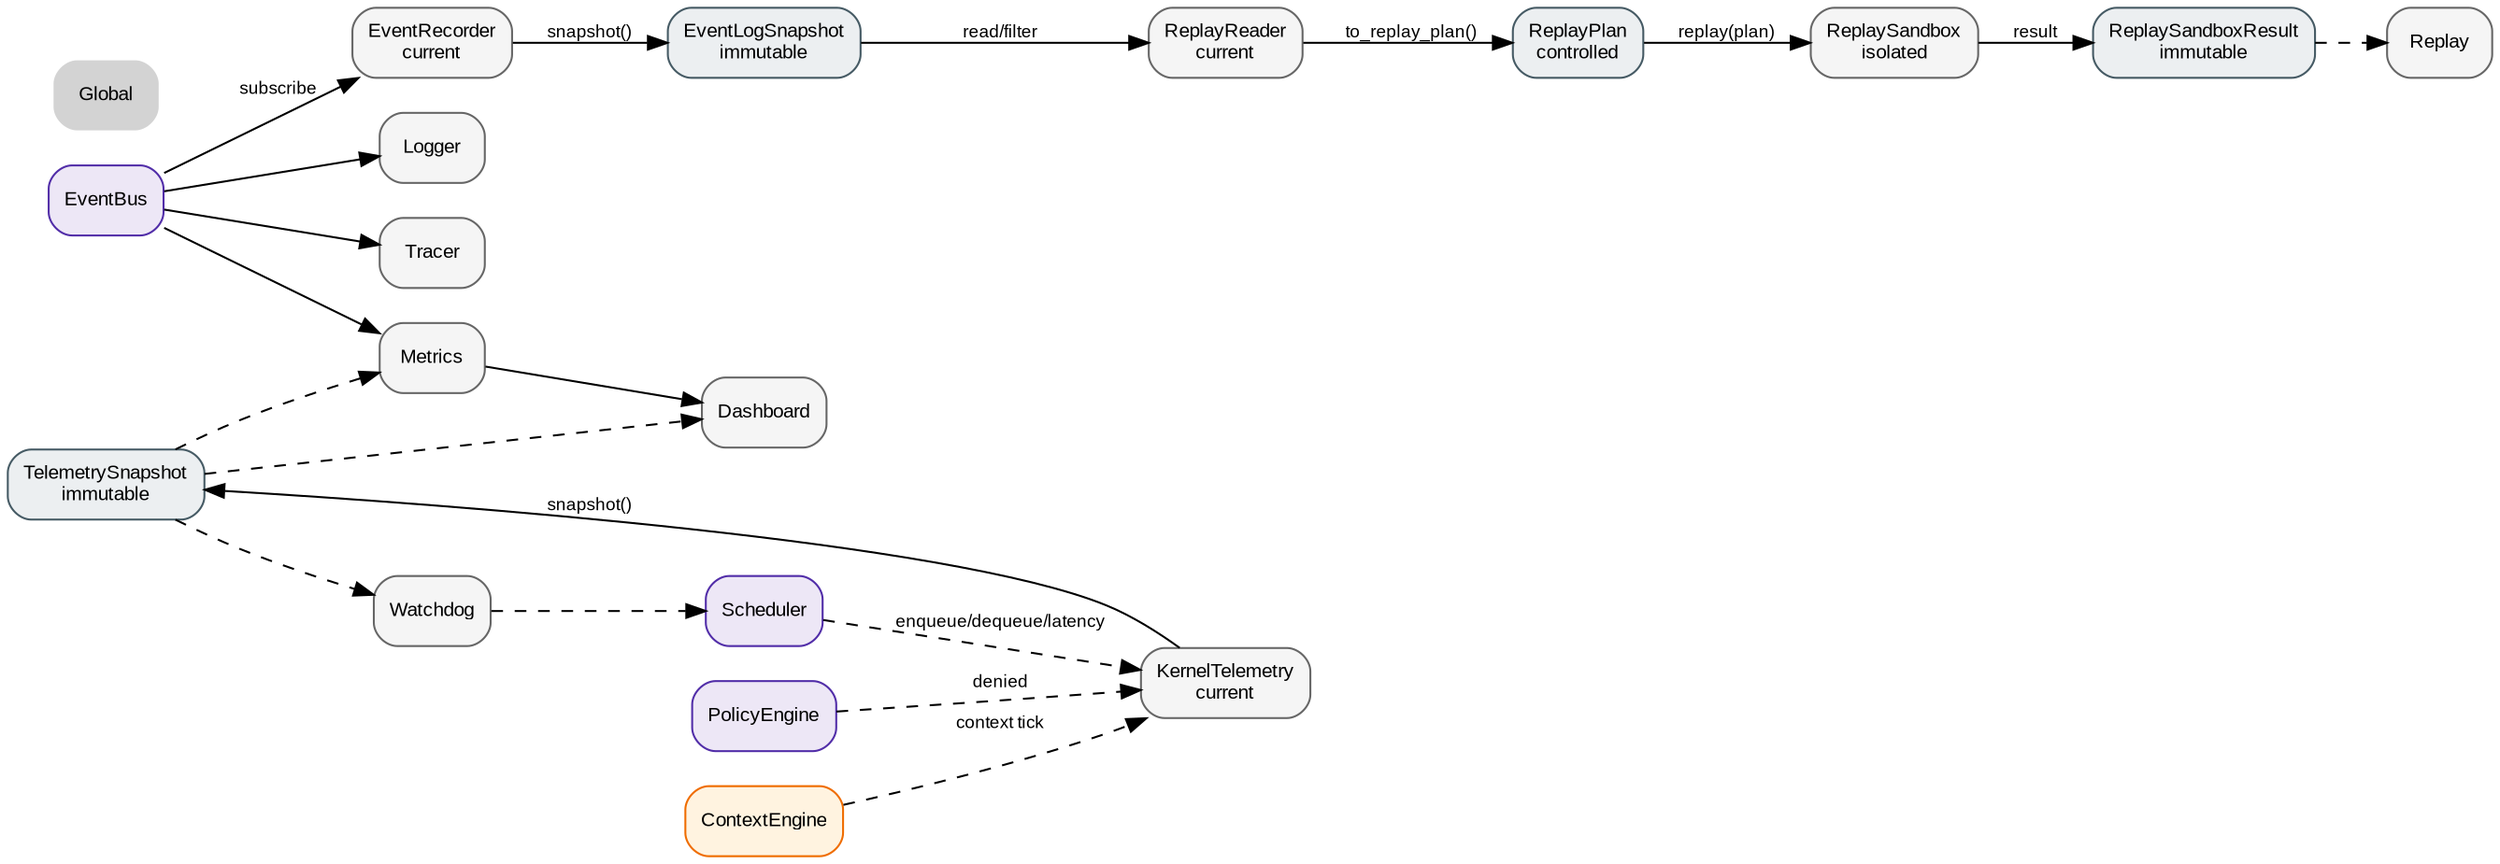
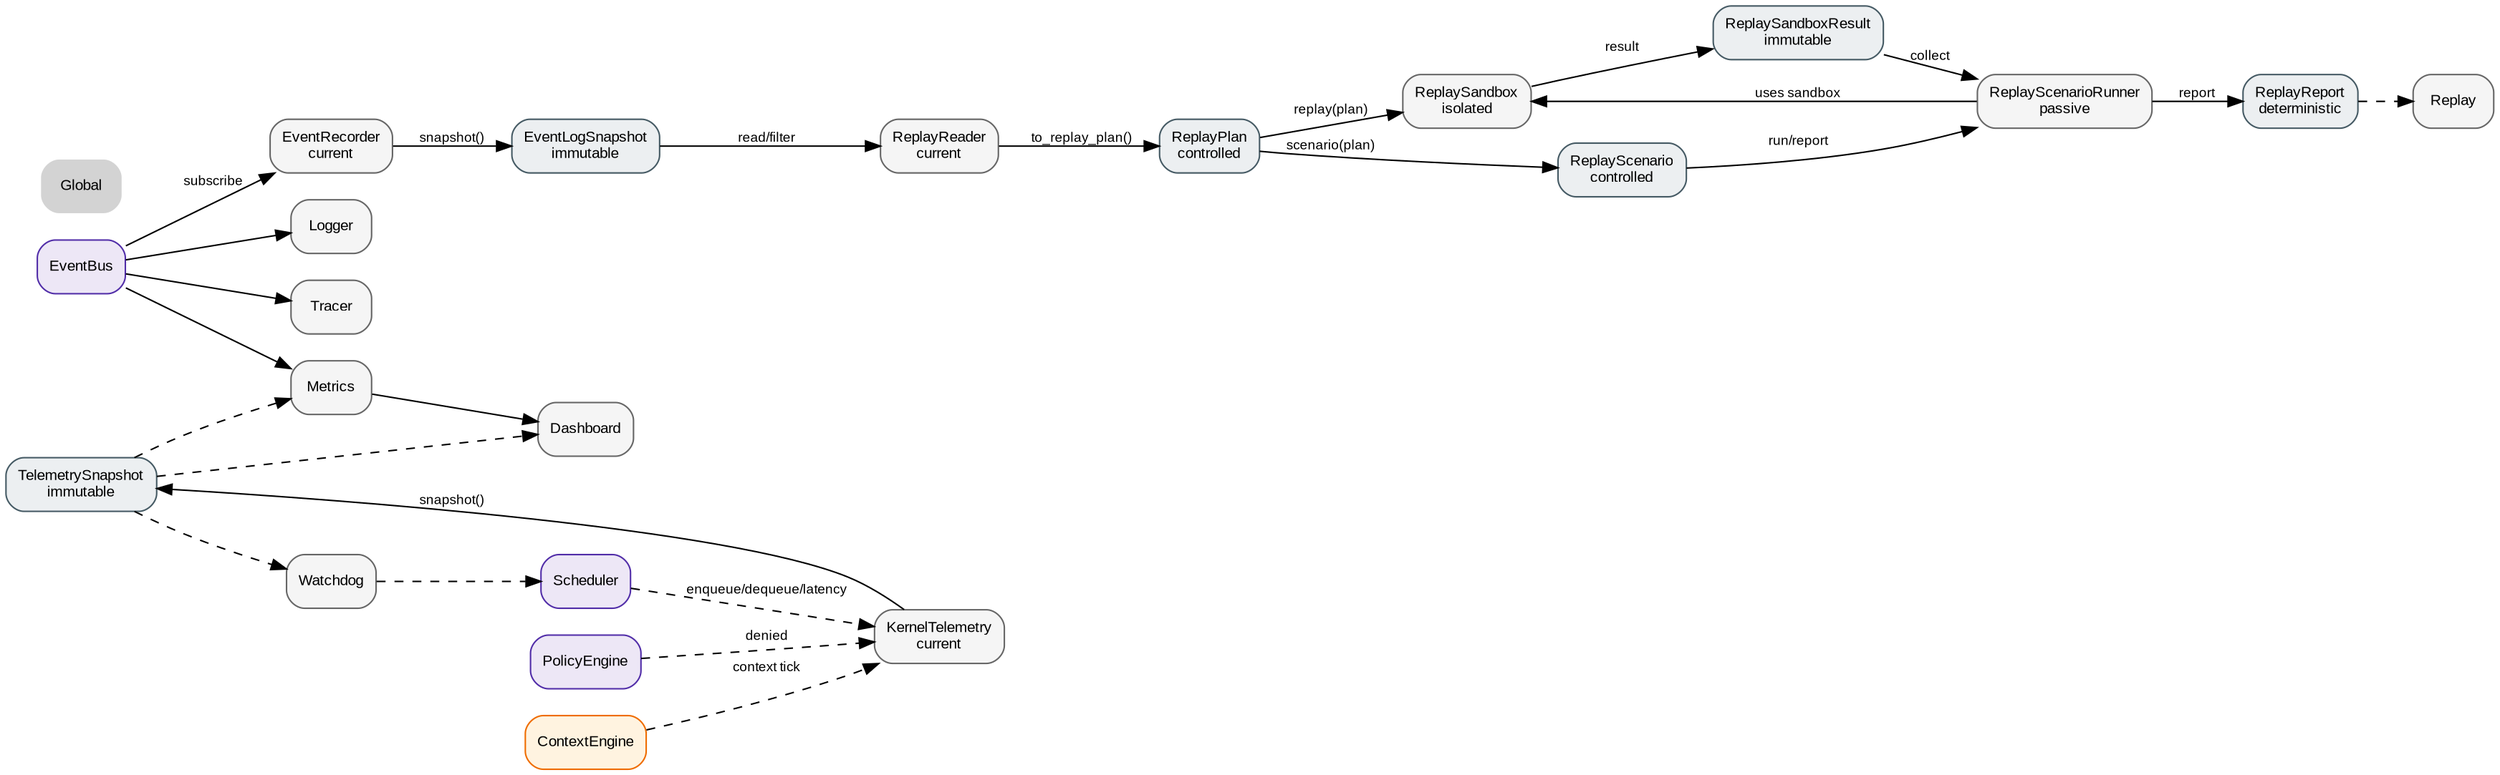
digraph Observability {
    rankdir=LR;
    node [shape=box, style="rounded,filled", fontname="Arial", fontsize=10];
    edge [fontname="Arial", fontsize=9];

-     // ROADMAP_NOTE[phase2_0]:
-     // ReplaySandbox consomme ReplayPlan dans une simulation isolée.
-     // Il ne connaît pas le Scheduler et ne publie aucun événement.
-     // SHUTDOWN est refusé par défaut pour éviter une confusion avec le kernel vivant.
-     // Recorder, reader et sandbox restent hors chemin de commande.
+     // ROADMAP_NOTE[phase2_1]:
+     // ReplayScenarioRunner agrège plusieurs ReplaySandboxResult.
+     // ReplayReport fournit une synthèse déterministe sans horodatage runtime.
+     // Scenario et report restent hors chemin de commande et ne connaissent pas le Scheduler.
+     // Recorder, reader, sandbox et report restent passifs.

    EventBus [fillcolor="#ede7f6", color="#512da8", URL="../scheduler/10_scheduler.svg"];
    Scheduler [fillcolor="#ede7f6", color="#512da8", URL="../scheduler/10_scheduler.svg"];
    PolicyEngine [fillcolor="#ede7f6", color="#512da8", URL="../scheduler/10_scheduler.svg"];
    ContextEngine [fillcolor="#fff3e0", color="#ef6c00", URL="../context/20_context.svg"];
    KernelTelemetry [label="KernelTelemetry
current", fillcolor="#f5f5f5", color="#666666"];
    EventRecorder [label="EventRecorder
current", fillcolor="#f5f5f5", color="#666666"];
    EventLog [label="EventLogSnapshot
immutable", fillcolor="#eceff1", color="#455a64"];
    ReplayReader [label="ReplayReader
current", fillcolor="#f5f5f5", color="#666666"];
    ReplayPlan [label="ReplayPlan
controlled", fillcolor="#eceff1", color="#455a64"];
    ReplaySandbox [label="ReplaySandbox
isolated", fillcolor="#f5f5f5", color="#666666"];
    ReplaySandboxResult [label="ReplaySandboxResult
immutable", fillcolor="#eceff1", color="#455a64"];
+     ReplayScenario [label="ReplayScenario
+ controlled", fillcolor="#eceff1", color="#455a64"];
+     ReplayScenarioRunner [label="ReplayScenarioRunner
+ passive", fillcolor="#f5f5f5", color="#666666"];
+     ReplayReport [label="ReplayReport
+ deterministic", fillcolor="#eceff1", color="#455a64"];
    Snapshot [label="TelemetrySnapshot
immutable", fillcolor="#eceff1", color="#455a64"];
    Logger [fillcolor="#f5f5f5", color="#666666"];
    Metrics [fillcolor="#f5f5f5", color="#666666"];
    Replay [fillcolor="#f5f5f5", color="#666666"];
    Dashboard [fillcolor="#f5f5f5", color="#666666"];
    Watchdog [fillcolor="#f5f5f5", color="#666666"];
    Tracer [fillcolor="#f5f5f5", color="#666666"];

    Scheduler -> KernelTelemetry [style=dashed, label="enqueue/dequeue/latency"];
    PolicyEngine -> KernelTelemetry [style=dashed, label="denied"];
    ContextEngine -> KernelTelemetry [style=dashed, label="context tick"];
    KernelTelemetry -> Snapshot [label="snapshot()"];
    Snapshot -> Metrics [style=dashed];
    Snapshot -> Dashboard [style=dashed];
    Snapshot -> Watchdog [style=dashed];

    EventBus -> Logger;
    EventBus -> Metrics;
    EventBus -> EventRecorder [label="subscribe"];
    EventRecorder -> EventLog [label="snapshot()"];
    EventLog -> ReplayReader [label="read/filter"];
    ReplayReader -> ReplayPlan [label="to_replay_plan()"];
    ReplayPlan -> ReplaySandbox [label="replay(plan)"];
    ReplaySandbox -> ReplaySandboxResult [label="result"];
-     ReplaySandboxResult -> Replay [style=dashed];
+     ReplayPlan -> ReplayScenario [label="scenario(plan)"];
+     ReplayScenario -> ReplayScenarioRunner [label="run/report"];
+     ReplayScenarioRunner -> ReplaySandbox [label="uses sandbox"];
+     ReplaySandboxResult -> ReplayScenarioRunner [label="collect"];
+     ReplayScenarioRunner -> ReplayReport [label="report"];
+     ReplayReport -> Replay [style=dashed];
    Metrics -> Dashboard;
    EventBus -> Tracer;
    Watchdog -> Scheduler [style=dashed];

    Nav_Global [label="Global", shape=plaintext, URL="../00_global.svg"];
}
